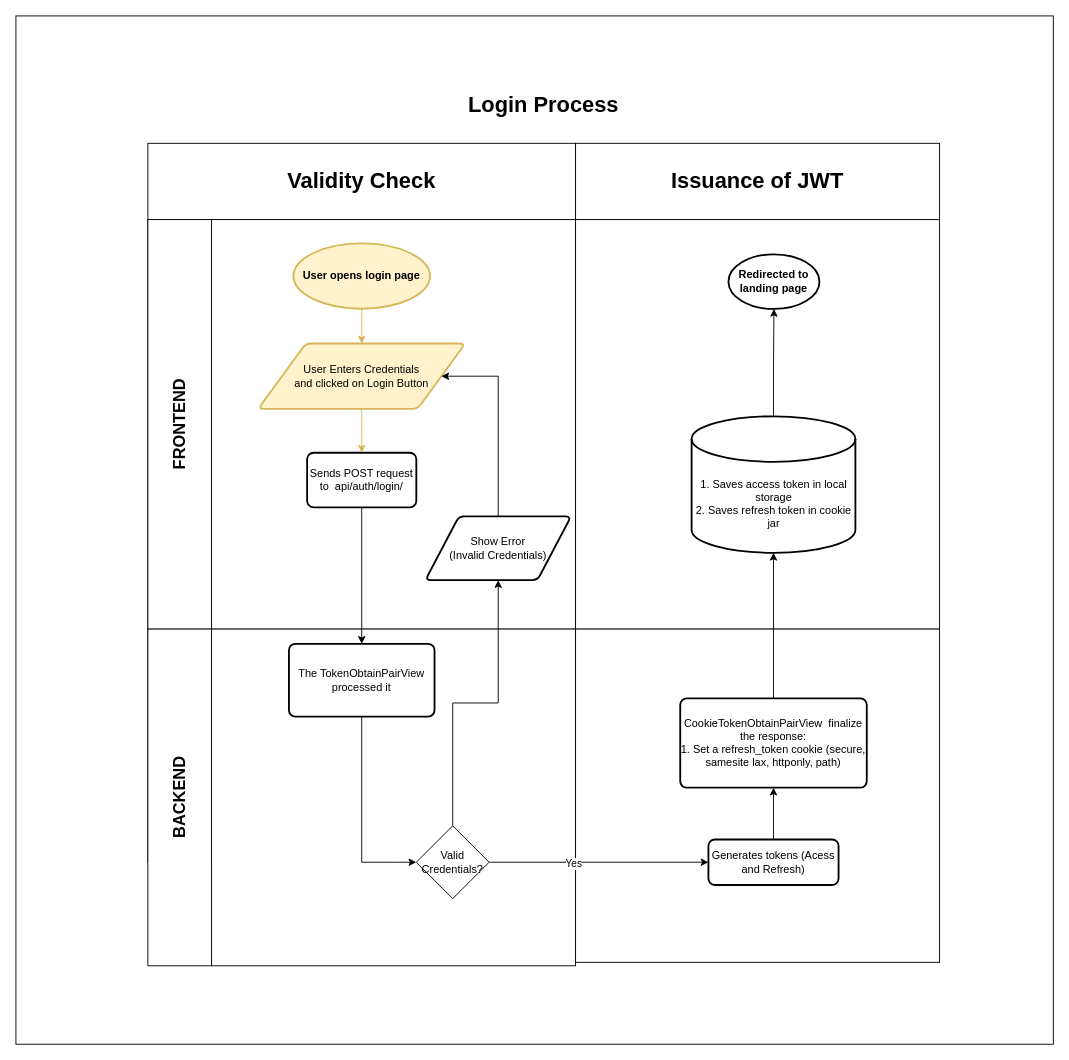
The draw.io diagram page "auth_login-process" (1 of 5) of E-Commerce API Business Process.drawio in RHILIUS/drawio, before the edit. Source tidied: cells renumbered, new cells numbered last; positions are measured from the earlier drawing's top-left corner, leaving out a move shared by most shapes. Both pictures are drawn from the tidied source at 91%, with x=0, y=0 at pixel (15, 15).
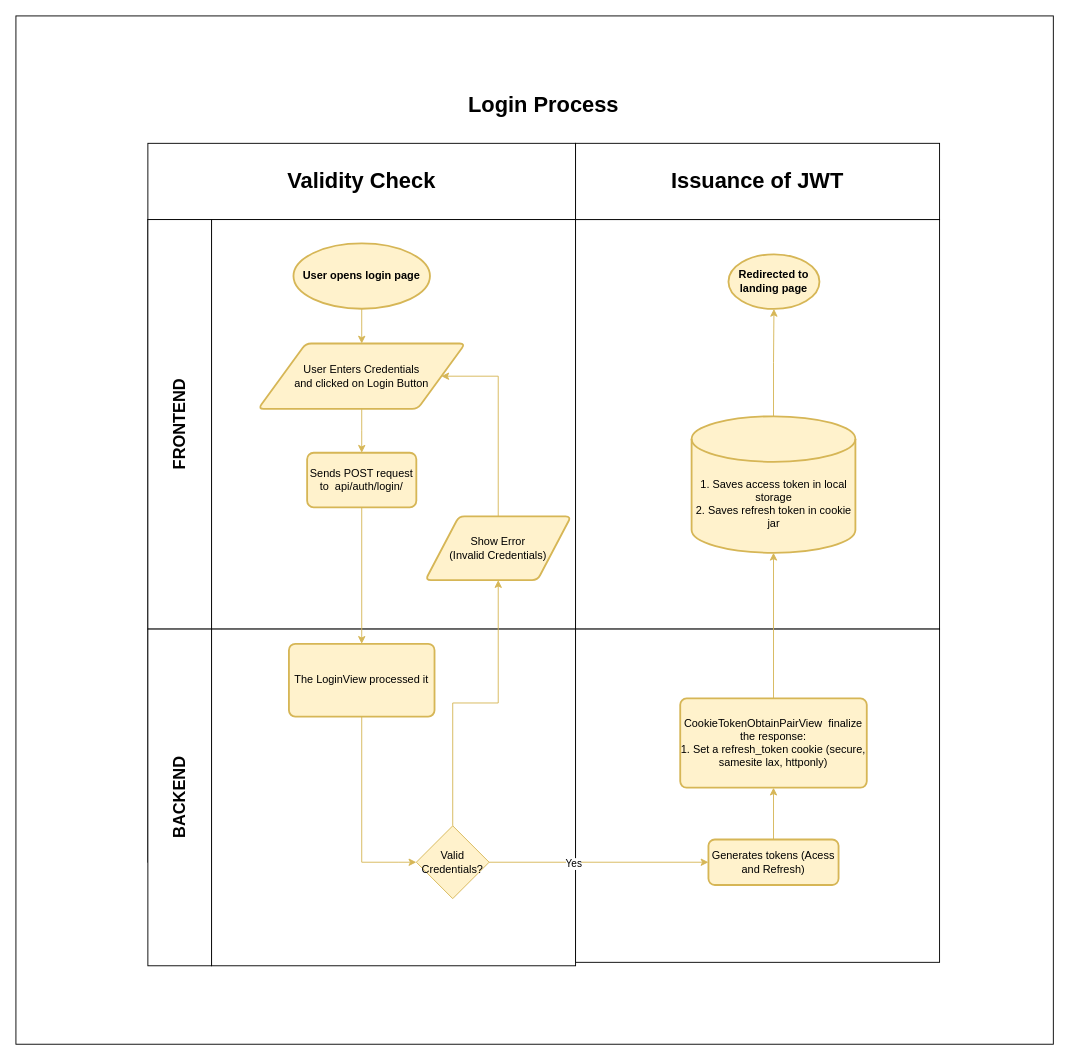
The same diagram, later.

Unchanged cells that the change refers to:
```xml
<mxCell id="11" value="User Enters Credentials&lt;br&gt;and clicked on Login Button" style="shape=parallelogram;html=1;strokeWidth=2;perimeter=parallelogramPerimeter;whiteSpace=wrap;rounded=1;arcSize=12;size=0.23;fillColor=#fff2cc;strokeColor=#d6b656;" parent="1" vertex="1">
  <mxGeometry x="266.2" y="360" width="227.5" height="71.8" as="geometry" />
</mxCell>
```

What changed in the source:
```diff
@@
-    <mxCell id="12" value="Sends POST request to&amp;nbsp; api/auth/login/" style="whiteSpace=wrap;html=1;strokeWidth=2;rounded=1;arcSize=12;" parent="1" vertex="1">
+    <mxCell id="12" value="Sends POST request to&amp;nbsp; api/auth/login/" style="whiteSpace=wrap;html=1;strokeWidth=2;rounded=1;arcSize=12;fillColor=#fff2cc;strokeColor=#d6b656;" parent="1" vertex="1">
       <mxGeometry x="320" y="480" width="120" height="60" as="geometry" />
     </mxCell>
@@
-    <mxCell id="20" style="edgeStyle=orthogonalEdgeStyle;rounded=0;jettySize=auto;html=1;entryX=1;entryY=0.5;entryDx=0;entryDy=0;" parent="1" edge="1" source="21" target="11">
+    <mxCell id="20" style="edgeStyle=orthogonalEdgeStyle;rounded=0;jettySize=auto;html=1;entryX=1;entryY=0.5;entryDx=0;entryDy=0;fillColor=#fff2cc;strokeColor=#d6b656;" parent="1" edge="1" source="21" target="11">
       <mxGeometry relative="1" as="geometry">
         <Array as="points">
           <mxPoint x="530" y="396" />
         </Array>
       </mxGeometry>
     </mxCell>
-    <mxCell id="21" value="Show Error&lt;br&gt;(Invalid Credentials)" style="shape=parallelogram;html=1;strokeWidth=2;perimeter=parallelogramPerimeter;whiteSpace=wrap;rounded=1;arcSize=12;size=0.23;" parent="1" vertex="1">
+    <mxCell id="21" value="Show Error&lt;br&gt;(Invalid Credentials)" style="shape=parallelogram;html=1;strokeWidth=2;perimeter=parallelogramPerimeter;whiteSpace=wrap;rounded=1;arcSize=12;size=0.23;fillColor=#fff2cc;strokeColor=#d6b656;" parent="1" vertex="1">
       <mxGeometry x="450" y="550" width="160" height="70" as="geometry" />
     </mxCell>
-    <mxCell id="22" style="edgeStyle=orthogonalEdgeStyle;rounded=0;jettySize=auto;html=1;entryX=0.5;entryY=0;entryDx=0;entryDy=0;" parent="1" edge="1" source="12" target="24">
+    <mxCell id="22" style="edgeStyle=orthogonalEdgeStyle;rounded=0;jettySize=auto;html=1;entryX=0.5;entryY=0;entryDx=0;entryDy=0;fillColor=#fff2cc;strokeColor=#d6b656;" parent="1" edge="1" source="12" target="24">
       <mxGeometry relative="1" as="geometry" />
     </mxCell>
-    <mxCell id="23" style="edgeStyle=orthogonalEdgeStyle;rounded=0;jettySize=auto;html=1;entryX=0;entryY=0.5;entryDx=0;entryDy=0;" parent="1" edge="1" source="24" target="30">
+    <mxCell id="23" style="edgeStyle=orthogonalEdgeStyle;rounded=0;jettySize=auto;html=1;entryX=0;entryY=0.5;entryDx=0;entryDy=0;fillColor=#fff2cc;strokeColor=#d6b656;" parent="1" edge="1" source="24" target="30">
       <mxGeometry relative="1" as="geometry">
         <Array as="points">
           <mxPoint x="380" y="930" />
           <mxPoint x="420" y="930" />
         </Array>
       </mxGeometry>
     </mxCell>
-    <mxCell id="24" value="The TokenObtainPairView processed it" style="rounded=1;whiteSpace=wrap;html=1;absoluteArcSize=1;arcSize=14;strokeWidth=2;" parent="1" vertex="1">
+    <mxCell id="24" value="The LoginView processed it" style="rounded=1;whiteSpace=wrap;html=1;absoluteArcSize=1;arcSize=14;strokeWidth=2;fillColor=#fff2cc;strokeColor=#d6b656;" parent="1" vertex="1">
       <mxGeometry x="300" y="690" width="160" height="80" as="geometry" />
     </mxCell>
-    <mxCell id="25" style="edgeStyle=orthogonalEdgeStyle;rounded=0;jettySize=auto;html=1;" parent="1" edge="1" source="26" target="34">
+    <mxCell id="25" style="edgeStyle=orthogonalEdgeStyle;rounded=0;jettySize=auto;html=1;fillColor=#fff2cc;strokeColor=#d6b656;" parent="1" edge="1" source="26" target="34">
       <mxGeometry relative="1" as="geometry" />
     </mxCell>
-    <mxCell id="26" value="CookieTokenObtainPairView&amp;nbsp; finalize the response:&lt;br&gt;1. Set a refresh_token cookie (secure, samesite lax, httponly, path)" style="whiteSpace=wrap;html=1;rounded=1;absoluteArcSize=1;arcSize=14;strokeWidth=2;" parent="1" vertex="1">
+    <mxCell id="26" value="CookieTokenObtainPairView&amp;nbsp; finalize the response:&lt;br&gt;1. Set a refresh_token cookie (secure, samesite lax, httponly)" style="whiteSpace=wrap;html=1;rounded=1;absoluteArcSize=1;arcSize=14;strokeWidth=2;fillColor=#fff2cc;strokeColor=#d6b656;" parent="1" vertex="1">
       <mxGeometry x="730" y="750" width="205" height="98.1" as="geometry" />
     </mxCell>
-    <mxCell id="27" style="edgeStyle=orthogonalEdgeStyle;rounded=0;jettySize=auto;html=1;" parent="1" edge="1" source="30" target="32">
+    <mxCell id="27" style="edgeStyle=orthogonalEdgeStyle;rounded=0;jettySize=auto;html=1;fillColor=#fff2cc;strokeColor=#d6b656;" parent="1" edge="1" source="30" target="32">
       <mxGeometry relative="1" as="geometry" />
     </mxCell>
@@
-    <mxCell id="29" style="edgeStyle=orthogonalEdgeStyle;rounded=0;jettySize=auto;html=1;" parent="1" edge="1" source="30" target="21">
+    <mxCell id="29" style="edgeStyle=orthogonalEdgeStyle;rounded=0;jettySize=auto;html=1;fillColor=#fff2cc;strokeColor=#d6b656;" parent="1" edge="1" source="30" target="21">
       <mxGeometry relative="1" as="geometry" />
     </mxCell>
-    <mxCell id="30" value="Valid Credentials?" style="rhombus;whiteSpace=wrap;html=1;" parent="1" vertex="1">
+    <mxCell id="30" value="Valid Credentials?" style="rhombus;whiteSpace=wrap;html=1;fillColor=#fff2cc;strokeColor=#d6b656;" parent="1" vertex="1">
       <mxGeometry x="440" y="890" width="80" height="80" as="geometry" />
     </mxCell>
-    <mxCell id="31" style="edgeStyle=orthogonalEdgeStyle;rounded=0;jettySize=auto;html=1;" parent="1" edge="1" source="32" target="26">
+    <mxCell id="31" style="edgeStyle=orthogonalEdgeStyle;rounded=0;jettySize=auto;html=1;fillColor=#fff2cc;strokeColor=#d6b656;" parent="1" edge="1" source="32" target="26">
       <mxGeometry relative="1" as="geometry" />
     </mxCell>
-    <mxCell id="32" value="Generates tokens (Acess and Refresh)" style="rounded=1;whiteSpace=wrap;html=1;absoluteArcSize=1;arcSize=14;strokeWidth=2;" parent="1" vertex="1">
+    <mxCell id="32" value="Generates tokens (Acess and Refresh)" style="rounded=1;whiteSpace=wrap;html=1;absoluteArcSize=1;arcSize=14;strokeWidth=2;fillColor=#fff2cc;strokeColor=#d6b656;" parent="1" vertex="1">
       <mxGeometry x="761" y="905" width="143" height="50" as="geometry" />
     </mxCell>
-    <mxCell id="33" style="edgeStyle=orthogonalEdgeStyle;rounded=0;jettySize=auto;html=1;entryX=0.5;entryY=1;entryDx=0;entryDy=0;entryPerimeter=0;" parent="1" edge="1" source="34" target="35">
+    <mxCell id="33" style="edgeStyle=orthogonalEdgeStyle;rounded=0;jettySize=auto;html=1;entryX=0.5;entryY=1;entryDx=0;entryDy=0;entryPerimeter=0;fillColor=#fff2cc;strokeColor=#d6b656;" parent="1" edge="1" source="34" target="35">
       <mxGeometry relative="1" as="geometry" />
     </mxCell>
-    <mxCell id="34" value="&lt;div&gt;&lt;br&gt;&lt;/div&gt;&lt;div&gt;&lt;br&gt;&lt;/div&gt;&lt;div&gt;&lt;br&gt;&lt;/div&gt;1. Saves access token in local storage&lt;br&gt;2. Saves refresh token in cookie jar" style="strokeWidth=2;html=1;shape=mxgraph.flowchart.database;whiteSpace=wrap;" parent="1" vertex="1">
+    <mxCell id="34" value="&lt;div&gt;&lt;br&gt;&lt;/div&gt;&lt;div&gt;&lt;br&gt;&lt;/div&gt;&lt;div&gt;&lt;br&gt;&lt;/div&gt;1. Saves access token in local storage&lt;br&gt;2. Saves refresh token in cookie jar" style="strokeWidth=2;html=1;shape=mxgraph.flowchart.database;whiteSpace=wrap;fillColor=#fff2cc;strokeColor=#d6b656;" parent="1" vertex="1">
       <mxGeometry x="742.5" y="440" width="180" height="150" as="geometry" />
     </mxCell>
-    <mxCell id="35" value="&lt;b&gt;Redirected to landing page&lt;/b&gt;" style="strokeWidth=2;html=1;shape=mxgraph.flowchart.start_1;whiteSpace=wrap;" parent="1" vertex="1">
+    <mxCell id="35" value="&lt;b&gt;Redirected to landing page&lt;/b&gt;" style="strokeWidth=2;html=1;shape=mxgraph.flowchart.start_1;whiteSpace=wrap;fillColor=#fff2cc;strokeColor=#d6b656;" parent="1" vertex="1">
       <mxGeometry x="783" y="262" width="100" height="60" as="geometry" />
     </mxCell>
```
